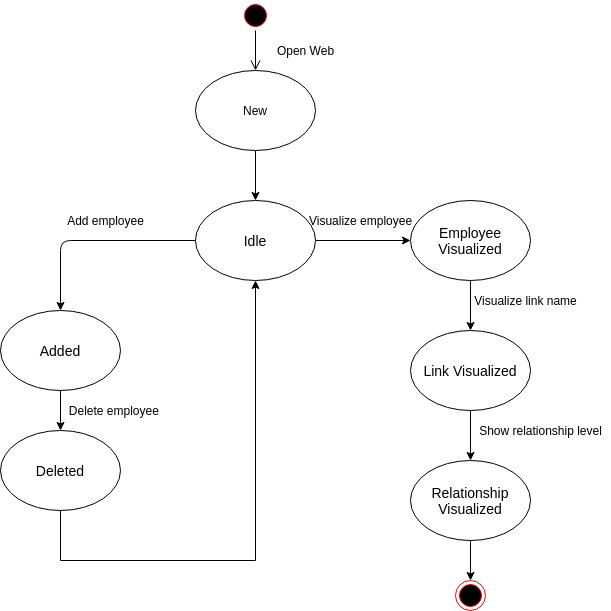
Earlier version of the draw.io export StateMachineChart.png (trkhoi/Modeling). Source tidied: cells renumbered, new cells last; positions are measured from the earlier drawing's top-left corner, leaving out a move shared by most shapes.
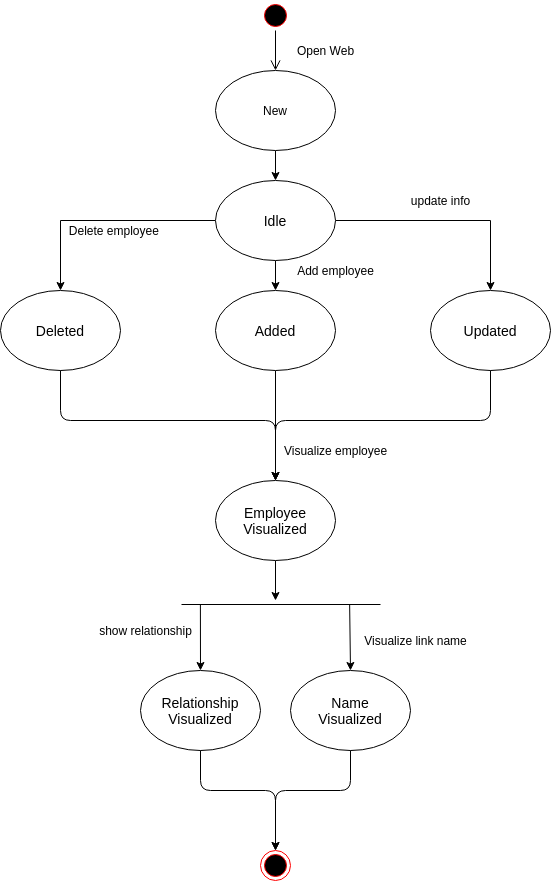
After the change.

What changed in the source:
```diff
@@ -14,82 +14,116 @@
       <mxGeometry x="270" y="40" width="70" height="20" as="geometry" />
     </mxCell>
     <mxCell id="5" value="Add employee" style="text;html=1;align=center;verticalAlign=middle;" parent="1" vertex="1">
-      <mxGeometry x="60" y="210" width="90" height="20" as="geometry" />
+      <mxGeometry x="270" y="260" width="90" height="20" as="geometry" />
     </mxCell>
-    <mxCell id="6" style="edgeStyle=orthogonalEdgeStyle;rounded=0;jettySize=auto;html=1;exitX=0.5;exitY=1;exitDx=0;exitDy=0;" parent="1" edge="1" source="7">
-      <mxGeometry relative="1" as="geometry">
-        <mxPoint x="60" y="430" as="targetPoint" />
-      </mxGeometry>
-    </mxCell>
+    <mxCell id="26" style="edgeStyle=orthogonalEdgeStyle;rounded=0;jettySize=auto;html=1;" parent="1" edge="1" source="7">
+      <mxGeometry relative="1" as="geometry">
+        <mxPoint x="255" y="480" as="targetPoint" />
+      </mxGeometry>
+    </mxCell>
     <mxCell id="7" value="&lt;span style=&quot;font-size: 14px&quot;&gt;Added&lt;/span&gt;" style="ellipse;whiteSpace=wrap;html=1;" parent="1" vertex="1">
-      <mxGeometry y="310" width="120" height="80" as="geometry" />
+      <mxGeometry x="195" y="290" width="120" height="80" as="geometry" />
     </mxCell>
-    <mxCell id="8" style="edgeStyle=orthogonalEdgeStyle;rounded=0;jettySize=auto;html=1;" parent="1" edge="1" source="9">
-      <mxGeometry relative="1" as="geometry">
-        <mxPoint x="470" y="330" as="targetPoint" />
-      </mxGeometry>
-    </mxCell>
+    <mxCell id="27" style="edgeStyle=orthogonalEdgeStyle;rounded=0;jettySize=auto;html=1;entryX=0.5;entryY=0;entryDx=0;entryDy=0;" parent="1" edge="1" source="9">
+      <mxGeometry relative="1" as="geometry">
+        <mxPoint x="255" y="600" as="targetPoint" />
+      </mxGeometry>
+    </mxCell>
     <mxCell id="9" value="&lt;span style=&quot;font-size: 14px&quot;&gt;Employee Visualized&lt;/span&gt;" style="ellipse;whiteSpace=wrap;html=1;" parent="1" vertex="1">
-      <mxGeometry x="410" y="200" width="120" height="80" as="geometry" />
+      <mxGeometry x="195" y="480" width="120" height="80" as="geometry" />
     </mxCell>
-    <mxCell id="10" style="edgeStyle=orthogonalEdgeStyle;rounded=0;jettySize=auto;html=1;entryX=0;entryY=0.5;entryDx=0;entryDy=0;" parent="1" edge="1" source="11" target="9">
-      <mxGeometry relative="1" as="geometry" />
-    </mxCell>
+    <mxCell id="28" style="edgeStyle=orthogonalEdgeStyle;rounded=0;jettySize=auto;html=1;" parent="1" edge="1" source="11">
+      <mxGeometry relative="1" as="geometry">
+        <mxPoint x="255" y="290" as="targetPoint" />
+      </mxGeometry>
+    </mxCell>
+    <mxCell id="29" style="edgeStyle=orthogonalEdgeStyle;rounded=0;jettySize=auto;html=1;exitX=0;exitY=0.5;exitDx=0;exitDy=0;entryX=0.5;entryY=0;entryDx=0;entryDy=0;" parent="1" edge="1" source="11" target="21">
+      <mxGeometry relative="1" as="geometry" />
+    </mxCell>
+    <mxCell id="30" style="edgeStyle=orthogonalEdgeStyle;rounded=0;jettySize=auto;html=1;exitX=1;exitY=0.5;exitDx=0;exitDy=0;entryX=0.5;entryY=0;entryDx=0;entryDy=0;" parent="1" edge="1" source="11" target="31">
+      <mxGeometry relative="1" as="geometry" />
+    </mxCell>
     <mxCell id="11" value="&lt;span style=&quot;font-size: 14px&quot;&gt;Idle&lt;/span&gt;" style="ellipse;whiteSpace=wrap;html=1;" parent="1" vertex="1">
-      <mxGeometry x="195" y="200" width="120" height="80" as="geometry" />
+      <mxGeometry x="195" y="180" width="120" height="80" as="geometry" />
     </mxCell>
     <mxCell id="12" value="Visualize employee" style="text;html=1;align=center;verticalAlign=middle;" parent="1" vertex="1">
-      <mxGeometry x="300" y="210" width="120" height="20" as="geometry" />
+      <mxGeometry x="255" y="440" width="120" height="20" as="geometry" />
     </mxCell>
     <mxCell id="13" value="Visualize link name" style="text;html=1;align=center;verticalAlign=middle;" parent="1" vertex="1">
-      <mxGeometry x="465" y="290" width="120" height="20" as="geometry" />
+      <mxGeometry x="335" y="630" width="120" height="20" as="geometry" />
     </mxCell>
-    <mxCell id="14" style="edgeStyle=orthogonalEdgeStyle;rounded=0;jettySize=auto;html=1;" parent="1" edge="1" source="15">
-      <mxGeometry relative="1" as="geometry">
-        <mxPoint x="470" y="460" as="targetPoint" />
-      </mxGeometry>
-    </mxCell>
-    <mxCell id="15" value="&lt;span style=&quot;font-size: 14px&quot;&gt;Link Visualized&lt;br&gt;&lt;/span&gt;" style="ellipse;whiteSpace=wrap;html=1;" parent="1" vertex="1">
-      <mxGeometry x="410" y="330" width="120" height="80" as="geometry" />
-    </mxCell>
     <mxCell id="16" style="ellipse;html=1;shape=endState;fillColor=#000000;strokeColor=#ff0000;" parent="1" vertex="1">
-      <mxGeometry x="455" y="580" width="30" height="30" as="geometry" />
+      <mxGeometry x="240" y="850" width="30" height="30" as="geometry" />
     </mxCell>
-    <mxCell id="17" style="edgeStyle=orthogonalEdgeStyle;rounded=0;jettySize=auto;html=1;entryX=0.5;entryY=0;entryDx=0;entryDy=0;" parent="1" edge="1" source="18" target="11">
-      <mxGeometry relative="1" as="geometry" />
+    <mxCell id="17" style="edgeStyle=orthogonalEdgeStyle;rounded=0;jettySize=auto;html=1;" parent="1" edge="1" source="18">
+      <mxGeometry relative="1" as="geometry">
+        <mxPoint x="255" y="180" as="targetPoint" />
+      </mxGeometry>
     </mxCell>
     <mxCell id="18" value="New" style="ellipse;whiteSpace=wrap;html=1;" parent="1" vertex="1">
       <mxGeometry x="195" y="70" width="120" height="80" as="geometry" />
     </mxCell>
-    <mxCell id="19" style="endArrow=classic;html=1;exitX=0;exitY=0.5;exitDx=0;exitDy=0;entryX=0.5;entryY=0;entryDx=0;entryDy=0;" parent="1" edge="1" source="11" target="7">
-      <mxGeometry relative="1" as="geometry">
-        <Array as="points">
-          <mxPoint x="60" y="240" />
-        </Array>
-      </mxGeometry>
-    </mxCell>
-    <mxCell id="20" style="edgeStyle=orthogonalEdgeStyle;rounded=0;jettySize=auto;html=1;entryX=0.5;entryY=1;entryDx=0;entryDy=0;" parent="1" edge="1" source="21" target="11">
-      <mxGeometry relative="1" as="geometry">
-        <Array as="points">
-          <mxPoint x="60" y="560" />
-          <mxPoint x="255" y="560" />
-        </Array>
-      </mxGeometry>
-    </mxCell>
     <mxCell id="21" value="&lt;span style=&quot;font-size: 14px&quot;&gt;Deleted&lt;/span&gt;" style="ellipse;whiteSpace=wrap;html=1;" parent="1" vertex="1">
-      <mxGeometry y="430" width="120" height="80" as="geometry" />
+      <mxGeometry x="-20" y="290" width="120" height="80" as="geometry" />
     </mxCell>
     <mxCell id="22" value="Delete employee&amp;nbsp;" style="text;html=1;align=center;verticalAlign=middle;" parent="1" vertex="1">
-      <mxGeometry x="60" y="400" width="110" height="20" as="geometry" />
+      <mxGeometry x="40" y="220" width="110" height="20" as="geometry" />
     </mxCell>
-    <mxCell id="23" value="Show relationship level" style="text;html=1;align=center;verticalAlign=middle;" parent="1" vertex="1">
-      <mxGeometry x="470" y="420" width="140" height="20" as="geometry" />
-    </mxCell>
+    <mxCell id="25" value="&lt;span style=&quot;font-size: 14px&quot;&gt;Relationship&lt;br&gt;Visualized&lt;br&gt;&lt;/span&gt;" style="ellipse;whiteSpace=wrap;html=1;" parent="1" vertex="1">
+      <mxGeometry x="120" y="670" width="120" height="80" as="geometry" />
+    </mxCell>
+    <mxCell id="31" value="&lt;span style=&quot;font-size: 14px&quot;&gt;Updated&lt;/span&gt;" style="ellipse;whiteSpace=wrap;html=1;" parent="1" vertex="1">
+      <mxGeometry x="410" y="290" width="120" height="80" as="geometry" />
+    </mxCell>
+    <mxCell id="32" style="endArrow=classic;html=1;exitX=0.5;exitY=1;exitDx=0;exitDy=0;entryX=0.5;entryY=0;entryDx=0;entryDy=0;" parent="1" edge="1" source="21" target="9">
+      <mxGeometry relative="1" as="geometry">
+        <Array as="points">
+          <mxPoint x="40" y="420" />
+          <mxPoint x="255" y="420" />
+        </Array>
+      </mxGeometry>
+    </mxCell>
+    <mxCell id="33" style="endArrow=classic;html=1;exitX=0.5;exitY=1;exitDx=0;exitDy=0;entryX=0.5;entryY=0;entryDx=0;entryDy=0;" parent="1" edge="1" source="31" target="9">
+      <mxGeometry relative="1" as="geometry">
+        <Array as="points">
+          <mxPoint x="470" y="420" />
+          <mxPoint x="255" y="420" />
+        </Array>
+      </mxGeometry>
+    </mxCell>
+    <mxCell id="34" value="update info" style="text;html=1;align=center;verticalAlign=middle;" parent="1" vertex="1">
+      <mxGeometry x="385" y="190" width="70" height="20" as="geometry" />
+    </mxCell>
+    <mxCell id="35" value="show relationship" style="text;html=1;align=center;verticalAlign=middle;" parent="1" vertex="1">
+      <mxGeometry x="70" y="620" width="110" height="20" as="geometry" />
+    </mxCell>
+    <mxCell id="36" value="&lt;span style=&quot;font-size: 14px&quot;&gt;Name&lt;br&gt;Visualized&lt;br&gt;&lt;/span&gt;" style="ellipse;whiteSpace=wrap;html=1;" parent="1" vertex="1">
+      <mxGeometry x="270" y="670" width="120" height="80" as="geometry" />
+    </mxCell>
+    <mxCell id="37" style="line;strokeWidth=1;fillColor=none;align=left;verticalAlign=middle;spacingTop=-1;spacingLeft=3;spacingRight=3;labelPosition=right;points=[];portConstraint=eastwest;" parent="1" vertex="1">
+      <mxGeometry x="161" y="600" width="199" height="8" as="geometry" />
+    </mxCell>
+    <mxCell id="38" style="endArrow=classic;html=1;exitX=0.095;exitY=0.5;exitDx=0;exitDy=0;exitPerimeter=0;entryX=0.5;entryY=0;entryDx=0;entryDy=0;" parent="1" edge="1" source="37" target="25">
+      <mxGeometry relative="1" as="geometry" />
+    </mxCell>
+    <mxCell id="39" style="endArrow=classic;html=1;exitX=0.845;exitY=0.548;exitDx=0;exitDy=0;exitPerimeter=0;entryX=0.5;entryY=0;entryDx=0;entryDy=0;" parent="1" edge="1" source="37" target="36">
+      <mxGeometry relative="1" as="geometry" />
+    </mxCell>
-    <mxCell id="24" style="edgeStyle=orthogonalEdgeStyle;rounded=0;jettySize=auto;html=1;entryX=0.5;entryY=0;entryDx=0;entryDy=0;" parent="1" edge="1" source="25" target="16">
-      <mxGeometry relative="1" as="geometry" />
+    <mxCell id="24" style="endArrow=classic;html=1;exitX=0.5;exitY=1;exitDx=0;exitDy=0;entryX=0.5;entryY=0;entryDx=0;entryDy=0;" parent="1" edge="1" source="25" target="16">
+      <mxGeometry relative="1" as="geometry">
+        <Array as="points">
+          <mxPoint x="180" y="790" />
+          <mxPoint x="255" y="790" />
+        </Array>
+      </mxGeometry>
     </mxCell>
-    <mxCell id="25" value="&lt;span style=&quot;font-size: 14px&quot;&gt;Relationship&lt;br&gt;Visualized&lt;br&gt;&lt;/span&gt;" style="ellipse;whiteSpace=wrap;html=1;" parent="1" vertex="1">
-      <mxGeometry x="410" y="460" width="120" height="80" as="geometry" />
-    </mxCell>
+    <mxCell id="40" style="endArrow=classic;html=1;exitX=0.5;exitY=1;exitDx=0;exitDy=0;entryX=0.5;entryY=0;entryDx=0;entryDy=0;" parent="1" edge="1" source="36" target="16">
+      <mxGeometry relative="1" as="geometry">
+        <Array as="points">
+          <mxPoint x="330" y="790" />
+          <mxPoint x="255" y="790" />
+        </Array>
+      </mxGeometry>
+    </mxCell>
   </root>
 </mxGraphModel>
```
